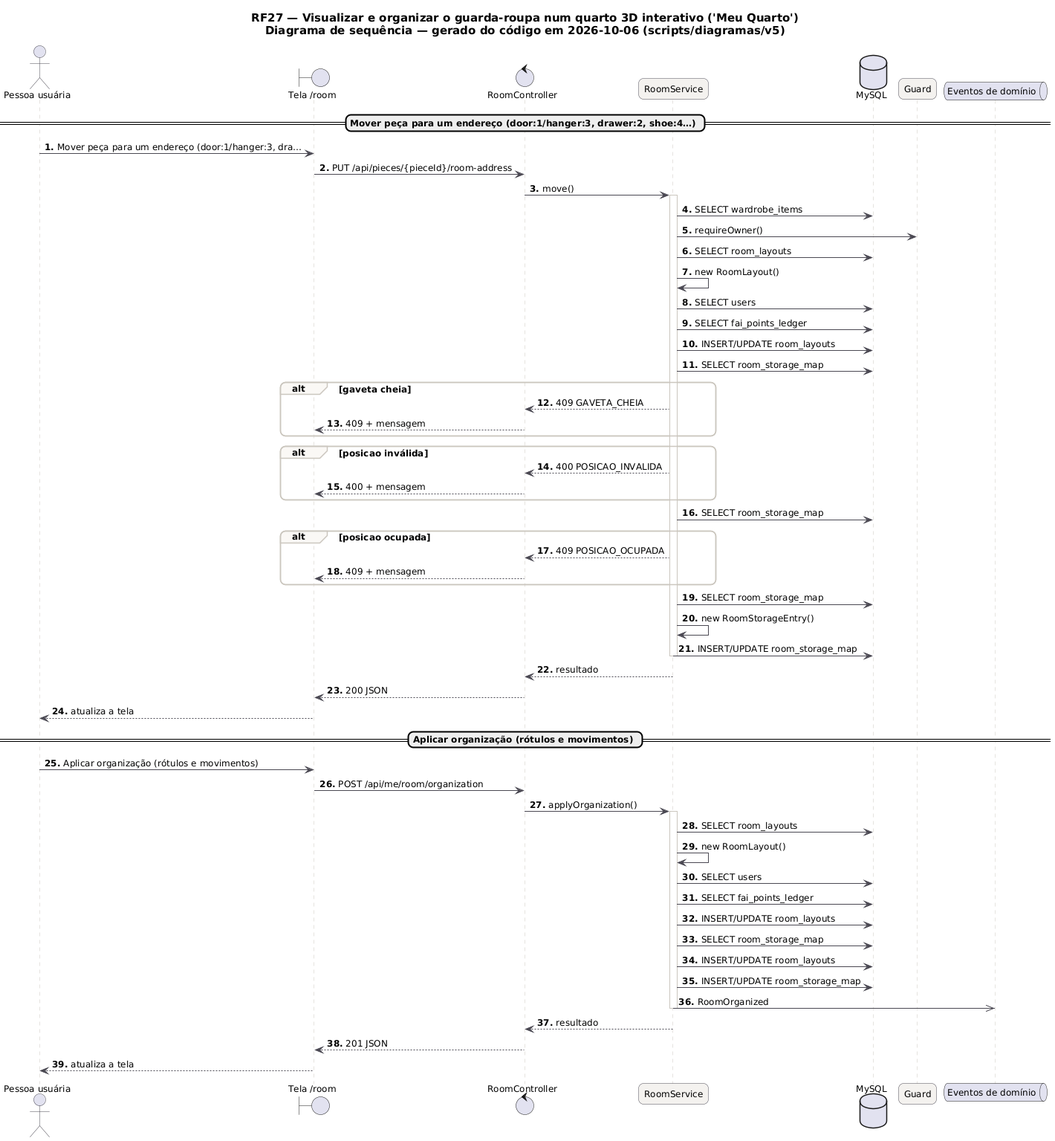
Above: docs/diagramas/RF27/RF27_Sequencia.png in MatheusHaliski/tcc-2026-fashion-ai-backend (PlantUML), before the change.
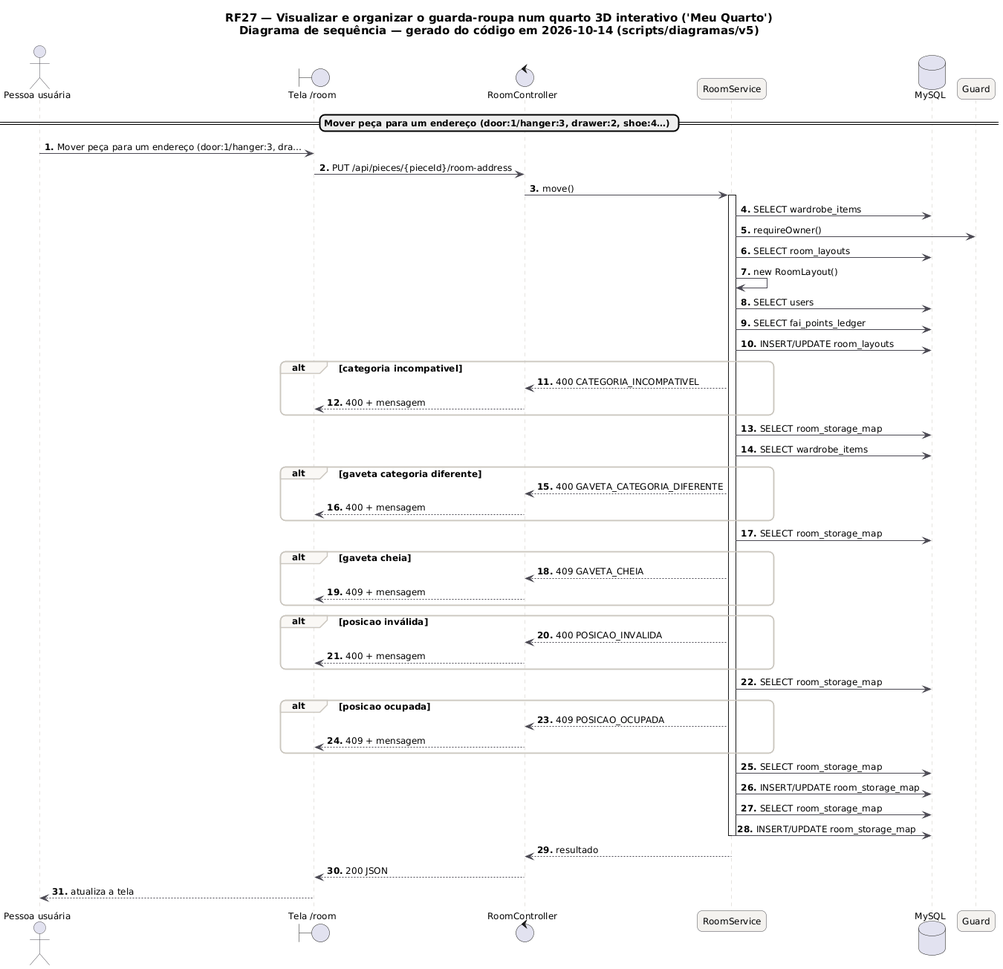
The same file after the commit.

The edit, as a diff of the source:
```diff
@@ -21,7 +21,7 @@
   GroupBackgroundColor #FAF8F5
 }
 autonumber "<b>0."
-title RF27 — Visualizar e organizar o guarda-roupa num quarto 3D interativo ('Meu Quarto')\nDiagrama de sequência — gerado do código em 2026-10-06 (scripts/diagramas/v5)
+title RF27 — Visualizar e organizar o guarda-roupa num quarto 3D interativo ('Meu Quarto')\nDiagrama de sequência — gerado do código em 2026-10-14 (scripts/diagramas/v5)
 
 actor "Pessoa usuária" as U
 boundary "Tela /room" as P
@@ -29,7 +29,6 @@
 participant "RoomService" as RoomService
 database "MySQL" as DB_MySQL
 participant "Guard" as Guard
-queue "Eventos de domínio" as EV
 == Mover peça para um endereço (door:1/hanger:3, drawer:2, shoe:4…) ==
 U -> P : Mover peça para um endereço (door:1/hanger:3, dra…
 P -> RoomController : PUT /api/pieces/{pieceId}/room-address
@@ -42,6 +41,16 @@
 RoomService -> DB_MySQL : SELECT users
 RoomService -> DB_MySQL : SELECT fai_points_ledger
 RoomService -> DB_MySQL : INSERT/UPDATE room_layouts
+alt categoria incompativel
+RoomService --> RoomController : 400 CATEGORIA_INCOMPATIVEL
+RoomController --> P : 400 + mensagem
+end
+RoomService -> DB_MySQL : SELECT room_storage_map
+RoomService -> DB_MySQL : SELECT wardrobe_items
+alt gaveta categoria diferente
+RoomService --> RoomController : 400 GAVETA_CATEGORIA_DIFERENTE
+RoomController --> P : 400 + mensagem
+end
 RoomService -> DB_MySQL : SELECT room_storage_map
 alt gaveta cheia
 RoomService --> RoomController : 409 GAVETA_CHEIA
@@ -57,28 +66,11 @@
 RoomController --> P : 409 + mensagem
 end
 RoomService -> DB_MySQL : SELECT room_storage_map
-RoomService -> RoomService : new RoomStorageEntry()
+RoomService -> DB_MySQL : INSERT/UPDATE room_storage_map
+RoomService -> DB_MySQL : SELECT room_storage_map
 RoomService -> DB_MySQL : INSERT/UPDATE room_storage_map
 deactivate RoomService
 RoomService --> RoomController : resultado
 RoomController --> P : 200 JSON
 P --> U : atualiza a tela
-== Aplicar organização (rótulos e movimentos) ==
-U -> P : Aplicar organização (rótulos e movimentos)
-P -> RoomController : POST /api/me/room/organization
-RoomController -> RoomService : applyOrganization()
-activate RoomService
-RoomService -> DB_MySQL : SELECT room_layouts
-RoomService -> RoomService : new RoomLayout()
-RoomService -> DB_MySQL : SELECT users
-RoomService -> DB_MySQL : SELECT fai_points_ledger
-RoomService -> DB_MySQL : INSERT/UPDATE room_layouts
-RoomService -> DB_MySQL : SELECT room_storage_map
-RoomService -> DB_MySQL : INSERT/UPDATE room_layouts
-RoomService -> DB_MySQL : INSERT/UPDATE room_storage_map
-RoomService ->> EV : RoomOrganized
-deactivate RoomService
-RoomService --> RoomController : resultado
-RoomController --> P : 201 JSON
-P --> U : atualiza a tela
 @enduml
```
